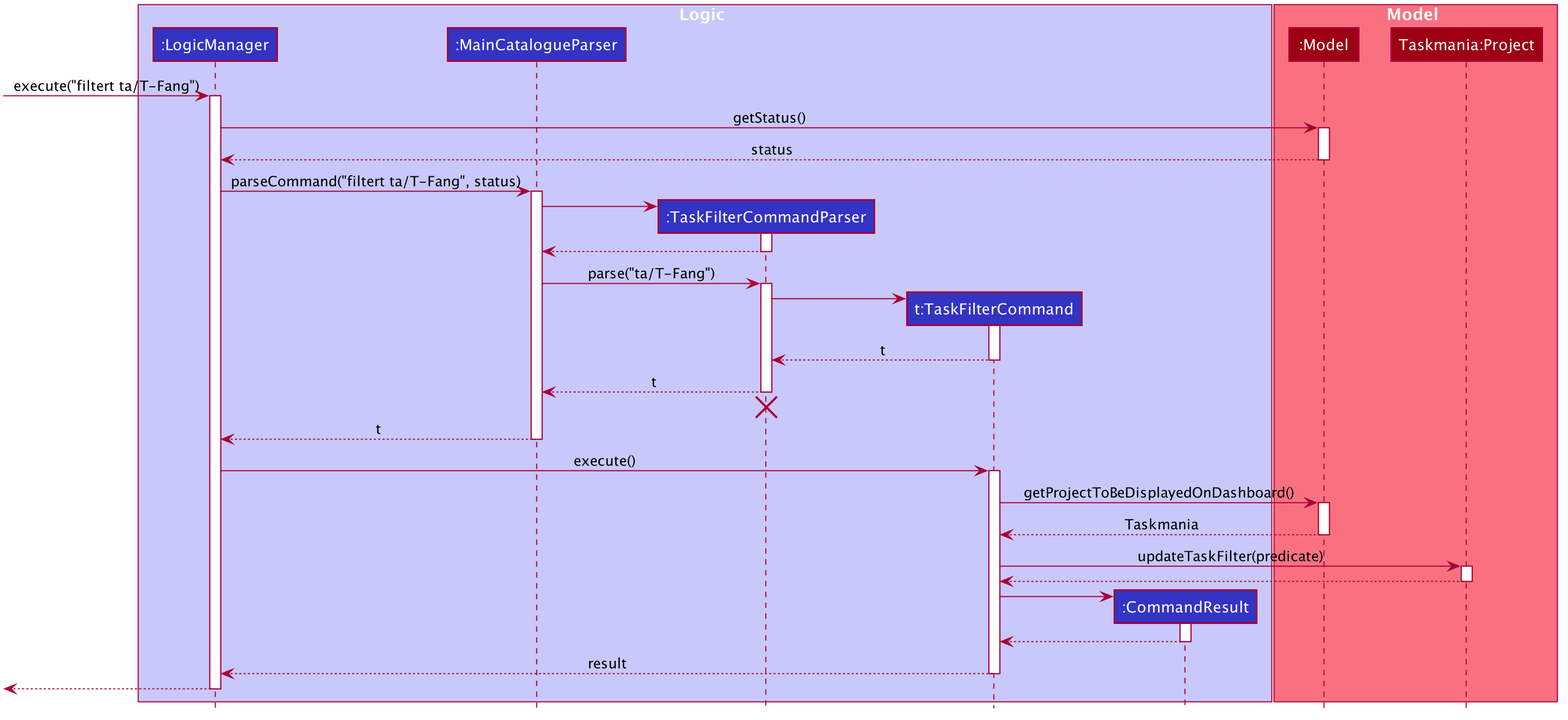
nus-cs2103-AY2021S1/tp keeps this PlantUML diagram as docs/images/FilterSequenceDiagram.png. Above is the earlier version.
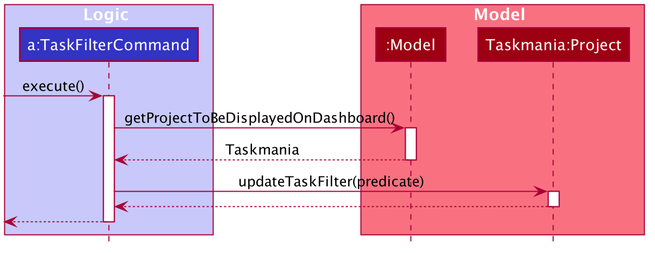
Later version of the same file.

Commit message:
Update sequence diagram of filtering feature in DG

What changed in the source:
```diff
@@ -49,11 +49,7 @@
 hide circle
 
 box Logic #C8C8FA
-participant ":LogicManager" as LogicManager #3333C4
-participant ":MainCatalogueParser" as MainCatalogueParser #3333C4
-participant ":TaskFilterCommandParser" as TaskFilterCommandParser #3333C4
-participant "t:TaskFilterCommand" as TaskFilterCommand #3333C4
-participant ":CommandResult" as CommandResult #3333C4
+participant "a:TaskFilterCommand" as TaskFilterCommand #3333C4
 end box
 
 box Model #F97181
@@ -61,44 +57,7 @@
 participant "Taskmania:Project" as Project #9D0012
 end box
 
-[-> LogicManager : execute("filtert ta/T-Fang")
-activate LogicManager
-
-LogicManager -> Model: getStatus()
-activate Model
-
-Model --> LogicManager: status
-deactivate Model
-
-LogicManager -> MainCatalogueParser : parseCommand("filtert ta/T-Fang", status)
-activate MainCatalogueParser
-
-create TaskFilterCommandParser
-MainCatalogueParser -> TaskFilterCommandParser
-activate TaskFilterCommandParser
-
-TaskFilterCommandParser --> MainCatalogueParser
-deactivate TaskFilterCommandParser
-
-MainCatalogueParser -> TaskFilterCommandParser : parse("ta/T-Fang")
-activate TaskFilterCommandParser
-
-create TaskFilterCommand
-TaskFilterCommandParser -> TaskFilterCommand
-activate TaskFilterCommand
-
-TaskFilterCommand --> TaskFilterCommandParser : t
-deactivate TaskFilterCommand
-
-TaskFilterCommandParser --> MainCatalogueParser : t
-deactivate TaskFilterCommandParser
-TaskFilterCommandParser -[hidden]-> MainCatalogueParser
-destroy TaskFilterCommandParser
-
-MainCatalogueParser --> LogicManager : t
-deactivate MainCatalogueParser
-
-LogicManager -> TaskFilterCommand : execute()
+[-> TaskFilterCommand : execute()
 activate TaskFilterCommand
 
 TaskFilterCommand -> Model : getProjectToBeDisplayedOnDashboard()
@@ -113,16 +72,6 @@
 Project --> TaskFilterCommand :
 deactivate Project
 
-create CommandResult
-TaskFilterCommand -> CommandResult
-activate CommandResult
-
-CommandResult --> TaskFilterCommand
-deactivate CommandResult
-
-TaskFilterCommand --> LogicManager : result
+[<--TaskFilterCommand
 deactivate TaskFilterCommand
-
-[<--LogicManager
-deactivate LogicManager
 @enduml
```
